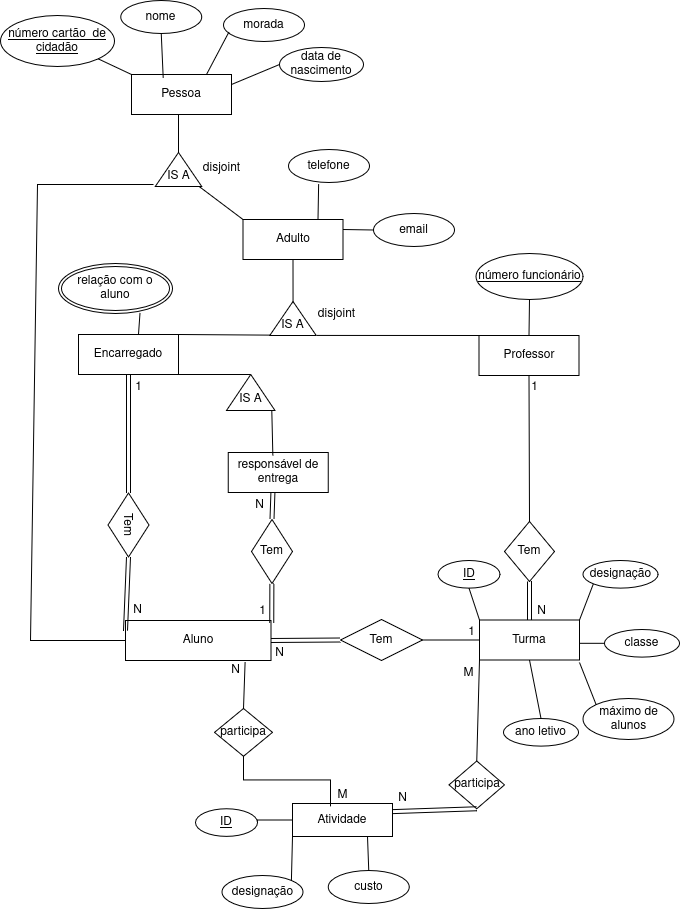
Above: BD/g2/imagens/ex24a.png in ThiagoAVicente/LEI-2-2 (draw.io), before the change. Source tidied: cells renumbered, new cells last; positions are measured from the earlier drawing's top-left corner, leaving out a move shared by most shapes.
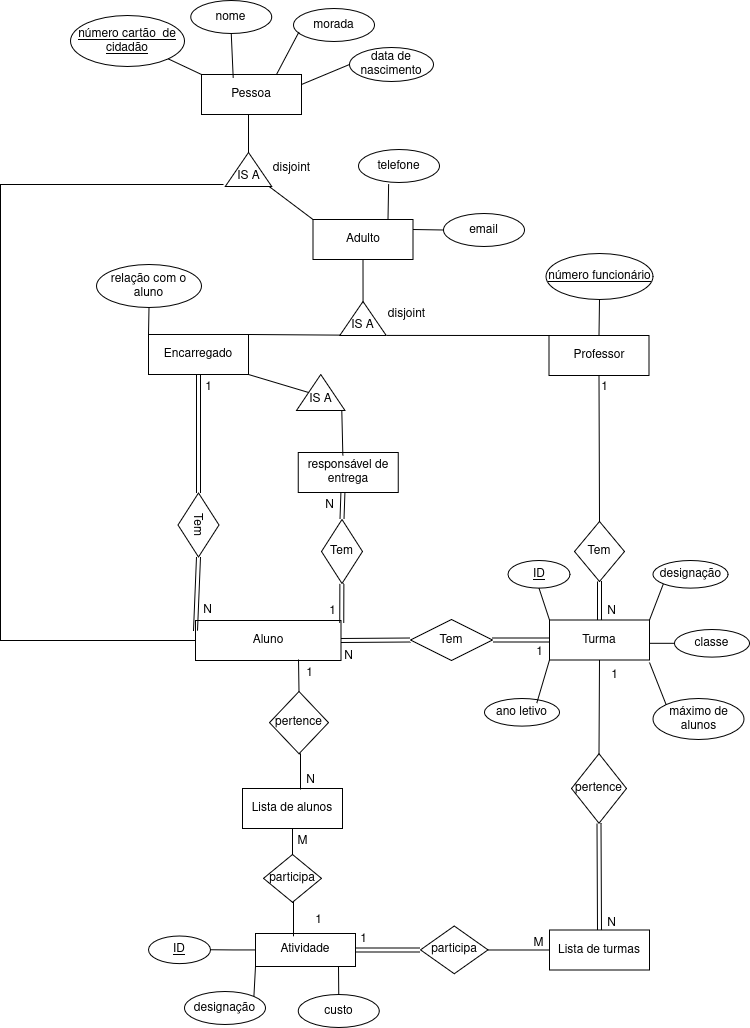
The same file after the commit.

The edit, as a diff of the source:
```diff
@@ -14,6 +14,9 @@
     <mxCell id="5" value="Turma" style="whiteSpace=wrap;html=1;align=center;" parent="1" vertex="1">
       <mxGeometry x="479" y="619.5" width="100" height="40" as="geometry" />
     </mxCell>
+    <mxCell id="88" value="Lista de turmas" style="whiteSpace=wrap;html=1;align=center;" parent="1" vertex="1">
+      <mxGeometry x="479" y="929.5" width="100" height="40" as="geometry" />
+    </mxCell>
     <mxCell id="6" value="responsável de entrega" style="whiteSpace=wrap;html=1;align=center;" parent="1" vertex="1">
       <mxGeometry x="227.8" y="452" width="100" height="40" as="geometry" />
     </mxCell>
@@ -56,12 +59,21 @@
     <mxCell id="19" value="Tem" style="shape=rhombus;perimeter=rhombusPerimeter;whiteSpace=wrap;html=1;align=center;rotation=0;direction=east;" parent="1" vertex="1">
       <mxGeometry x="340" y="619" width="82" height="41" as="geometry" />
     </mxCell>
-    <mxCell id="20" style="endArrow=none;html=1;rounded=0;exitX=1;exitY=0.5;exitDx=0;exitDy=0;entryX=0;entryY=0.5;entryDx=0;entryDy=0;" parent="1" edge="1" source="19" target="5">
+    <mxCell id="20" style="endArrow=none;html=1;rounded=0;exitX=1;exitY=0.5;exitDx=0;exitDy=0;entryX=0;entryY=0.5;entryDx=0;entryDy=0;shape=link;" parent="1" edge="1" source="19" target="5">
       <mxGeometry relative="1" as="geometry" />
     </mxCell>
     <mxCell id="21" style="html=1;whiteSpace=wrap;align=right;verticalAlign=bottom;" parent="20" vertex="1">
       <mxGeometry x="1" relative="1" as="geometry" />
     </mxCell>
+    <mxCell id="89" value="pertence" style="shape=rhombus;perimeter=rhombusPerimeter;whiteSpace=wrap;html=1;align=center;" parent="1" vertex="1">
+      <mxGeometry x="501" y="753.2" width="55" height="69.5" as="geometry" />
+    </mxCell>
+    <mxCell id="90" style="endArrow=none;html=1;rounded=0;entryX=0.5;entryY=0;entryDx=0;entryDy=0;exitX=0.5;exitY=1;exitDx=0;exitDy=0;shape=link;" parent="1" edge="1" source="89" target="88">
+      <mxGeometry relative="1" as="geometry" />
+    </mxCell>
+    <mxCell id="91" style="endArrow=none;html=1;rounded=0;exitX=0.5;exitY=1;exitDx=0;exitDy=0;entryX=0.5;entryY=0;entryDx=0;entryDy=0;" parent="1" edge="1" source="5" target="89">
+      <mxGeometry relative="1" as="geometry" />
+    </mxCell>
     <mxCell id="22" value="Tem" style="shape=rhombus;perimeter=rhombusPerimeter;whiteSpace=wrap;html=1;align=center;rotation=90;" parent="1" vertex="1">
       <mxGeometry x="96" y="504" width="64" height="41" as="geometry" />
     </mxCell>
@@ -79,7 +91,7 @@
     <mxCell id="26" value="&lt;div&gt;&lt;br&gt;&lt;/div&gt;&lt;div&gt;IS A&lt;/div&gt;" style="triangle;whiteSpace=wrap;html=1;direction=north;" parent="1" vertex="1">
       <mxGeometry x="226" y="374" width="48.5" height="36" as="geometry" />
     </mxCell>
-    <mxCell id="27" style="endArrow=none;html=1;rounded=0;exitX=1;exitY=1;exitDx=0;exitDy=0;entryX=1;entryY=0.5;entryDx=0;entryDy=0;" parent="1" edge="1" source="3" target="26">
+    <mxCell id="27" style="endArrow=none;html=1;rounded=0;exitX=1;exitY=1;exitDx=0;exitDy=0;entryX=0.5;entryY=0;entryDx=0;entryDy=0;" parent="1" edge="1" source="3" target="26">
       <mxGeometry relative="1" as="geometry" />
     </mxCell>
     <mxCell id="28" style="endArrow=none;html=1;rounded=0;exitX=-0.002;exitY=0.934;exitDx=0;exitDy=0;exitPerimeter=0;entryX=0.446;entryY=0.072;entryDx=0;entryDy=0;entryPerimeter=0;" parent="1" edge="1" source="26" target="6">
@@ -106,15 +118,33 @@
     <mxCell id="35" value="1" style="text;html=1;align=center;verticalAlign=middle;strokeColor=none;fillColor=none;" parent="1" vertex="1">
       <mxGeometry x="125" y="374" width="25" height="26" as="geometry" />
     </mxCell>
+    <mxCell id="92" style="edgeStyle=orthogonalEdgeStyle;rounded=0;jettySize=auto;html=1;exitX=1;exitY=0.5;exitDx=0;exitDy=0;entryX=0;entryY=0.5;entryDx=0;entryDy=0;endArrow=none;startFill=0;" parent="1" edge="1" source="36" target="88">
+      <mxGeometry relative="1" as="geometry" />
+    </mxCell>
+    <mxCell id="93" style="edgeStyle=orthogonalEdgeStyle;rounded=0;jettySize=auto;html=1;exitX=0;exitY=0.5;exitDx=0;exitDy=0;shape=link;" parent="1" edge="1" source="36" target="38">
+      <mxGeometry relative="1" as="geometry" />
+    </mxCell>
     <mxCell id="36" value="participa" style="shape=rhombus;perimeter=rhombusPerimeter;whiteSpace=wrap;html=1;align=center;" parent="1" vertex="1">
-      <mxGeometry x="448.5" y="760.6" width="55.5" height="47.8" as="geometry" />
+      <mxGeometry x="350" y="925.6" width="67.5" height="47.8" as="geometry" />
     </mxCell>
     <mxCell id="37" style="edgeStyle=orthogonalEdgeStyle;rounded=0;jettySize=auto;html=1;exitX=0;exitY=0.5;exitDx=0;exitDy=0;entryX=1;entryY=0.5;entryDx=0;entryDy=0;endArrow=none;startFill=0;" parent="1" edge="1" source="38" target="70">
       <mxGeometry relative="1" as="geometry" />
     </mxCell>
     <mxCell id="38" value="Atividade" style="whiteSpace=wrap;html=1;align=center;" parent="1" vertex="1">
-      <mxGeometry x="292" y="803" width="100" height="33" as="geometry" />
+      <mxGeometry x="185" y="933" width="100" height="33" as="geometry" />
     </mxCell>
+    <mxCell id="94" value="1" style="text;html=1;align=center;verticalAlign=middle;strokeColor=none;fillColor=none;" parent="1" vertex="1">
+      <mxGeometry x="531" y="662" width="25" height="26" as="geometry" />
+    </mxCell>
+    <mxCell id="95" value="N" style="text;html=1;align=center;verticalAlign=middle;strokeColor=none;fillColor=none;" parent="1" vertex="1">
+      <mxGeometry x="527" y="909.5" width="27" height="26" as="geometry" />
+    </mxCell>
+    <mxCell id="96" value="M" style="text;html=1;align=center;verticalAlign=middle;strokeColor=none;fillColor=none;" parent="1" vertex="1">
+      <mxGeometry x="454" y="929.5" width="28" height="26" as="geometry" />
+    </mxCell>
+    <mxCell id="97" value="1" style="text;html=1;align=center;verticalAlign=middle;strokeColor=none;fillColor=none;" parent="1" vertex="1">
+      <mxGeometry x="280" y="925.6" width="25" height="26" as="geometry" />
+    </mxCell>
     <mxCell id="39" value="número cartão&amp;nbsp; de cidadão" style="ellipse;whiteSpace=wrap;html=1;align=center;fontStyle=4;" parent="1" vertex="1">
       <mxGeometry y="15" width="114" height="51" as="geometry" />
     </mxCell>
@@ -124,8 +154,8 @@
     <mxCell id="41" style="endArrow=none;html=1;rounded=0;exitX=0.059;exitY=-0.038;exitDx=0;exitDy=0;entryX=0;entryY=0.5;entryDx=0;entryDy=0;exitPerimeter=0;" parent="1" edge="1" source="57" target="7">
       <mxGeometry relative="1" as="geometry">
         <Array as="points">
-          <mxPoint x="37" y="184" />
-          <mxPoint x="30" y="640" />
+          <mxPoint x="-70" y="184" />
+          <mxPoint x="-70" y="640" />
         </Array>
       </mxGeometry>
     </mxCell>
@@ -147,10 +177,7 @@
     <mxCell id="47" style="endArrow=none;html=1;rounded=0;exitX=0.5;exitY=1;exitDx=0;exitDy=0;entryX=0.5;entryY=0;entryDx=0;entryDy=0;" parent="1" edge="1" source="46" target="4">
       <mxGeometry relative="1" as="geometry" />
     </mxCell>
-    <mxCell id="48" value="relação com o aluno" style="ellipse;shape=doubleEllipse;margin=3;whiteSpace=wrap;html=1;align=center;" parent="1" vertex="1">
-      <mxGeometry x="58" y="263" width="114" height="50" as="geometry" />
-    </mxCell>
-    <mxCell id="49" style="endArrow=none;html=1;rounded=0;exitX=0.715;exitY=0.989;exitDx=0;exitDy=0;exitPerimeter=0;entryX=0.6;entryY=-0.008;entryDx=0;entryDy=0;entryPerimeter=0;" parent="1" edge="1" source="48" target="3">
+    <mxCell id="49" style="endArrow=none;html=1;rounded=0;exitX=0.5;exitY=1;exitDx=0;exitDy=0;entryX=0;entryY=0;entryDx=0;entryDy=0;" parent="1" edge="1" source="48" target="3">
       <mxGeometry relative="1" as="geometry" />
     </mxCell>
     <mxCell id="50" style="edgeStyle=orthogonalEdgeStyle;rounded=0;jettySize=auto;html=1;exitX=0.5;exitY=1;exitDx=0;exitDy=0;entryX=1;entryY=0.5;entryDx=0;entryDy=0;endArrow=none;startFill=0;" parent="1" edge="1" source="51" target="57">
@@ -194,31 +221,60 @@
       <mxGeometry relative="1" as="geometry" />
     </mxCell>
     <mxCell id="62" value="N" style="text;html=1;align=center;verticalAlign=middle;strokeColor=none;fillColor=none;" parent="1" vertex="1">
-      <mxGeometry x="265" y="640" width="27" height="26" as="geometry" />
+      <mxGeometry x="264.2" y="643" width="27" height="26" as="geometry" />
     </mxCell>
     <mxCell id="63" value="1" style="text;html=1;align=center;verticalAlign=middle;strokeColor=none;fillColor=none;" parent="1" vertex="1">
-      <mxGeometry x="458" y="619" width="25" height="26" as="geometry" />
+      <mxGeometry x="456" y="639" width="25" height="26" as="geometry" />
     </mxCell>
+    <mxCell id="98" style="edgeStyle=orthogonalEdgeStyle;rounded=0;jettySize=auto;html=1;exitX=0.5;exitY=1;exitDx=0;exitDy=0;entryX=0.5;entryY=0;entryDx=0;entryDy=0;endArrow=none;startFill=0;" parent="1" edge="1" source="99" target="64">
+      <mxGeometry relative="1" as="geometry" />
+    </mxCell>
+    <mxCell id="99" value="Lista de alunos" style="whiteSpace=wrap;html=1;align=center;" parent="1" vertex="1">
+      <mxGeometry x="172" y="788" width="100" height="40" as="geometry" />
+    </mxCell>
+    <mxCell id="100" value="pertence" style="shape=rhombus;perimeter=rhombusPerimeter;whiteSpace=wrap;html=1;align=center;" parent="1" vertex="1">
+      <mxGeometry x="199" y="691" width="59" height="62.2" as="geometry" />
+    </mxCell>
+    <mxCell id="101" style="edgeStyle=orthogonalEdgeStyle;rounded=0;jettySize=auto;html=1;exitX=0.5;exitY=1;exitDx=0;exitDy=0;entryX=0.58;entryY=0.025;entryDx=0;entryDy=0;entryPerimeter=0;endArrow=none;startFill=0;" parent="1" edge="1" source="100" target="99">
+      <mxGeometry relative="1" as="geometry" />
+    </mxCell>
+    <mxCell id="102" style="edgeStyle=orthogonalEdgeStyle;rounded=0;jettySize=auto;html=1;exitX=0.5;exitY=0;exitDx=0;exitDy=0;entryX=0.708;entryY=0.975;entryDx=0;entryDy=0;entryPerimeter=0;endArrow=none;startFill=0;" parent="1" edge="1" source="100" target="7">
+      <mxGeometry relative="1" as="geometry" />
+    </mxCell>
+    <mxCell id="103" value="1" style="text;html=1;align=center;verticalAlign=middle;strokeColor=none;fillColor=none;" parent="1" vertex="1">
+      <mxGeometry x="226" y="659.5" width="25" height="26" as="geometry" />
+    </mxCell>
+    <mxCell id="104" value="N" style="text;html=1;align=center;verticalAlign=middle;strokeColor=none;fillColor=none;" parent="1" vertex="1">
+      <mxGeometry x="226" y="767" width="27" height="26" as="geometry" />
+    </mxCell>
     <mxCell id="64" value="participa" style="shape=rhombus;perimeter=rhombusPerimeter;whiteSpace=wrap;html=1;align=center;" parent="1" vertex="1">
-      <mxGeometry x="214" y="707.9" width="58" height="47.8" as="geometry" />
+      <mxGeometry x="193" y="854" width="58" height="47.8" as="geometry" />
     </mxCell>
+    <mxCell id="105" value="M" style="text;html=1;align=center;verticalAlign=middle;strokeColor=none;fillColor=none;" parent="1" vertex="1">
+      <mxGeometry x="218" y="828" width="28" height="26" as="geometry" />
+    </mxCell>
     <mxCell id="65" style="edgeStyle=orthogonalEdgeStyle;rounded=0;jettySize=auto;html=1;exitX=0.5;exitY=1;exitDx=0;exitDy=0;entryX=0.38;entryY=0.086;entryDx=0;entryDy=0;entryPerimeter=0;endArrow=none;startFill=0;" parent="1" edge="1" source="64" target="38">
       <mxGeometry relative="1" as="geometry" />
     </mxCell>
+    <mxCell id="106" value="1" style="text;html=1;align=center;verticalAlign=middle;strokeColor=none;fillColor=none;" parent="1" vertex="1">
+      <mxGeometry x="235" y="907" width="25" height="26" as="geometry" />
+    </mxCell>
     <mxCell id="66" value="designação" style="ellipse;whiteSpace=wrap;html=1;align=center;" parent="1" vertex="1">
-      <mxGeometry x="221.5" y="875" width="81" height="33" as="geometry" />
+      <mxGeometry x="114" y="991" width="81" height="33" as="geometry" />
     </mxCell>
     <mxCell id="67" value="custo" style="ellipse;whiteSpace=wrap;html=1;align=center;" parent="1" vertex="1">
-      <mxGeometry x="327.8" y="870" width="81" height="33" as="geometry" />
+      <mxGeometry x="227.8" y="994" width="81" height="33" as="geometry" />
     </mxCell>
-    <mxCell id="68" style="endArrow=none;html=1;rounded=0;entryX=0.5;entryY=0;entryDx=0;entryDy=0;exitX=0.75;exitY=1;exitDx=0;exitDy=0;" parent="1" edge="1" source="38" target="67">
-      <mxGeometry relative="1" as="geometry" />
+    <mxCell id="68" style="endArrow=none;html=1;rounded=0;entryX=0.5;entryY=0;entryDx=0;entryDy=0;" parent="1" edge="1" target="67">
+      <mxGeometry relative="1" as="geometry">
+        <mxPoint x="268" y="966" as="sourcePoint" />
+      </mxGeometry>
     </mxCell>
     <mxCell id="69" style="endArrow=none;html=1;rounded=0;entryX=1;entryY=0;entryDx=0;entryDy=0;exitX=0;exitY=1;exitDx=0;exitDy=0;" parent="1" edge="1" source="38" target="66">
       <mxGeometry relative="1" as="geometry" />
     </mxCell>
     <mxCell id="70" value="ID" style="ellipse;whiteSpace=wrap;html=1;align=center;fontStyle=4;" parent="1" vertex="1">
-      <mxGeometry x="195" y="808.4" width="62" height="27.6" as="geometry" />
+      <mxGeometry x="78" y="935.5" width="62" height="27.6" as="geometry" />
     </mxCell>
     <mxCell id="71" value="designação" style="ellipse;whiteSpace=wrap;html=1;align=center;fontStyle=0;" parent="1" vertex="1">
       <mxGeometry x="582.5" y="560" width="75" height="27.6" as="geometry" />
@@ -241,9 +297,9 @@
       </mxGeometry>
     </mxCell>
     <mxCell id="77" value="ano letivo" style="ellipse;whiteSpace=wrap;html=1;align=center;fontStyle=0;" parent="1" vertex="1">
-      <mxGeometry x="503" y="718" width="75" height="27.6" as="geometry" />
+      <mxGeometry x="414" y="698" width="75" height="27.6" as="geometry" />
     </mxCell>
-    <mxCell id="78" style="endArrow=none;html=1;rounded=0;entryX=0.5;entryY=1;entryDx=0;entryDy=0;exitX=0.5;exitY=0;exitDx=0;exitDy=0;" parent="1" edge="1" source="77" target="5">
+    <mxCell id="78" style="endArrow=none;html=1;rounded=0;entryX=0;entryY=1;entryDx=0;entryDy=0;exitX=0.697;exitY=0.166;exitDx=0;exitDy=0;exitPerimeter=0;" parent="1" edge="1" source="77" target="5">
       <mxGeometry relative="1" as="geometry" />
     </mxCell>
     <mxCell id="79" style="edgeStyle=orthogonalEdgeStyle;rounded=0;jettySize=auto;html=1;exitX=0;exitY=0.5;exitDx=0;exitDy=0;entryX=1;entryY=0.5;entryDx=0;entryDy=0;endArrow=none;startFill=0;" parent="1" edge="1" source="80" target="5">
@@ -252,26 +308,8 @@
     <mxCell id="80" value="classe" style="ellipse;whiteSpace=wrap;html=1;align=center;fontStyle=0;" parent="1" vertex="1">
       <mxGeometry x="604" y="629" width="75" height="27.6" as="geometry" />
     </mxCell>
-    <mxCell id="81" style="endArrow=none;html=1;rounded=0;exitX=1;exitY=0.25;exitDx=0;exitDy=0;shape=link;entryX=0.5;entryY=1;entryDx=0;entryDy=0;" parent="1" edge="1" source="38" target="36">
-      <mxGeometry relative="1" as="geometry" />
-    </mxCell>
-    <mxCell id="82" style="endArrow=none;html=1;rounded=0;entryX=0;entryY=1;entryDx=0;entryDy=0;exitX=0.5;exitY=0;exitDx=0;exitDy=0;" parent="1" edge="1" source="36" target="5">
-      <mxGeometry relative="1" as="geometry" />
-    </mxCell>
-    <mxCell id="83" value="N" style="text;html=1;align=center;verticalAlign=middle;strokeColor=none;fillColor=none;" parent="1" vertex="1">
-      <mxGeometry x="388" y="785" width="27" height="26" as="geometry" />
-    </mxCell>
-    <mxCell id="84" value="M" style="text;html=1;align=center;verticalAlign=middle;strokeColor=none;fillColor=none;" parent="1" vertex="1">
-      <mxGeometry x="454" y="659.5" width="28" height="26" as="geometry" />
-    </mxCell>
-    <mxCell id="85" style="endArrow=none;html=1;rounded=0;exitX=0.5;exitY=0;exitDx=0;exitDy=0;entryX=0.822;entryY=1.042;entryDx=0;entryDy=0;entryPerimeter=0;" parent="1" edge="1" source="64" target="7">
-      <mxGeometry relative="1" as="geometry" />
-    </mxCell>
-    <mxCell id="86" value="N" style="text;html=1;align=center;verticalAlign=middle;strokeColor=none;fillColor=none;" parent="1" vertex="1">
-      <mxGeometry x="221.5" y="656.6" width="27" height="26" as="geometry" />
-    </mxCell>
-    <mxCell id="87" value="M" style="text;html=1;align=center;verticalAlign=middle;strokeColor=none;fillColor=none;" parent="1" vertex="1">
-      <mxGeometry x="327.8" y="782.4" width="28" height="26" as="geometry" />
-    </mxCell>
+    <mxCell id="48" value="relação com o aluno" style="ellipse;whiteSpace=wrap;html=1;align=center;" parent="1" vertex="1">
+      <mxGeometry x="26" y="264" width="105" height="43" as="geometry" />
+    </mxCell>
   </root>
 </mxGraphModel>
```
